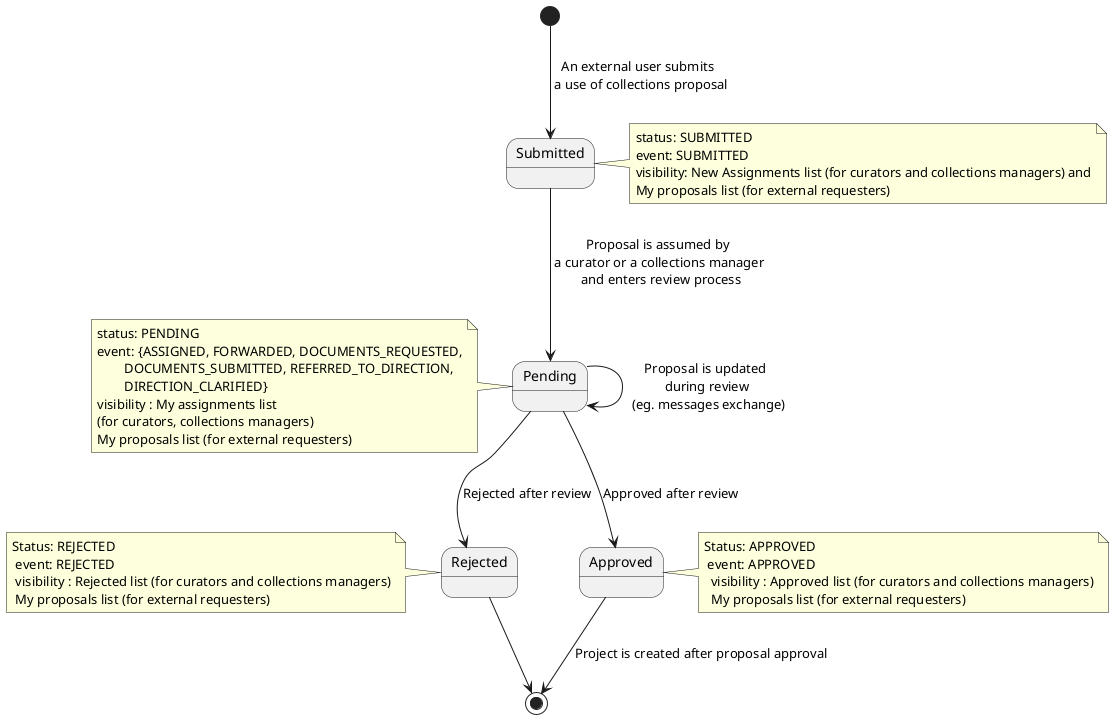
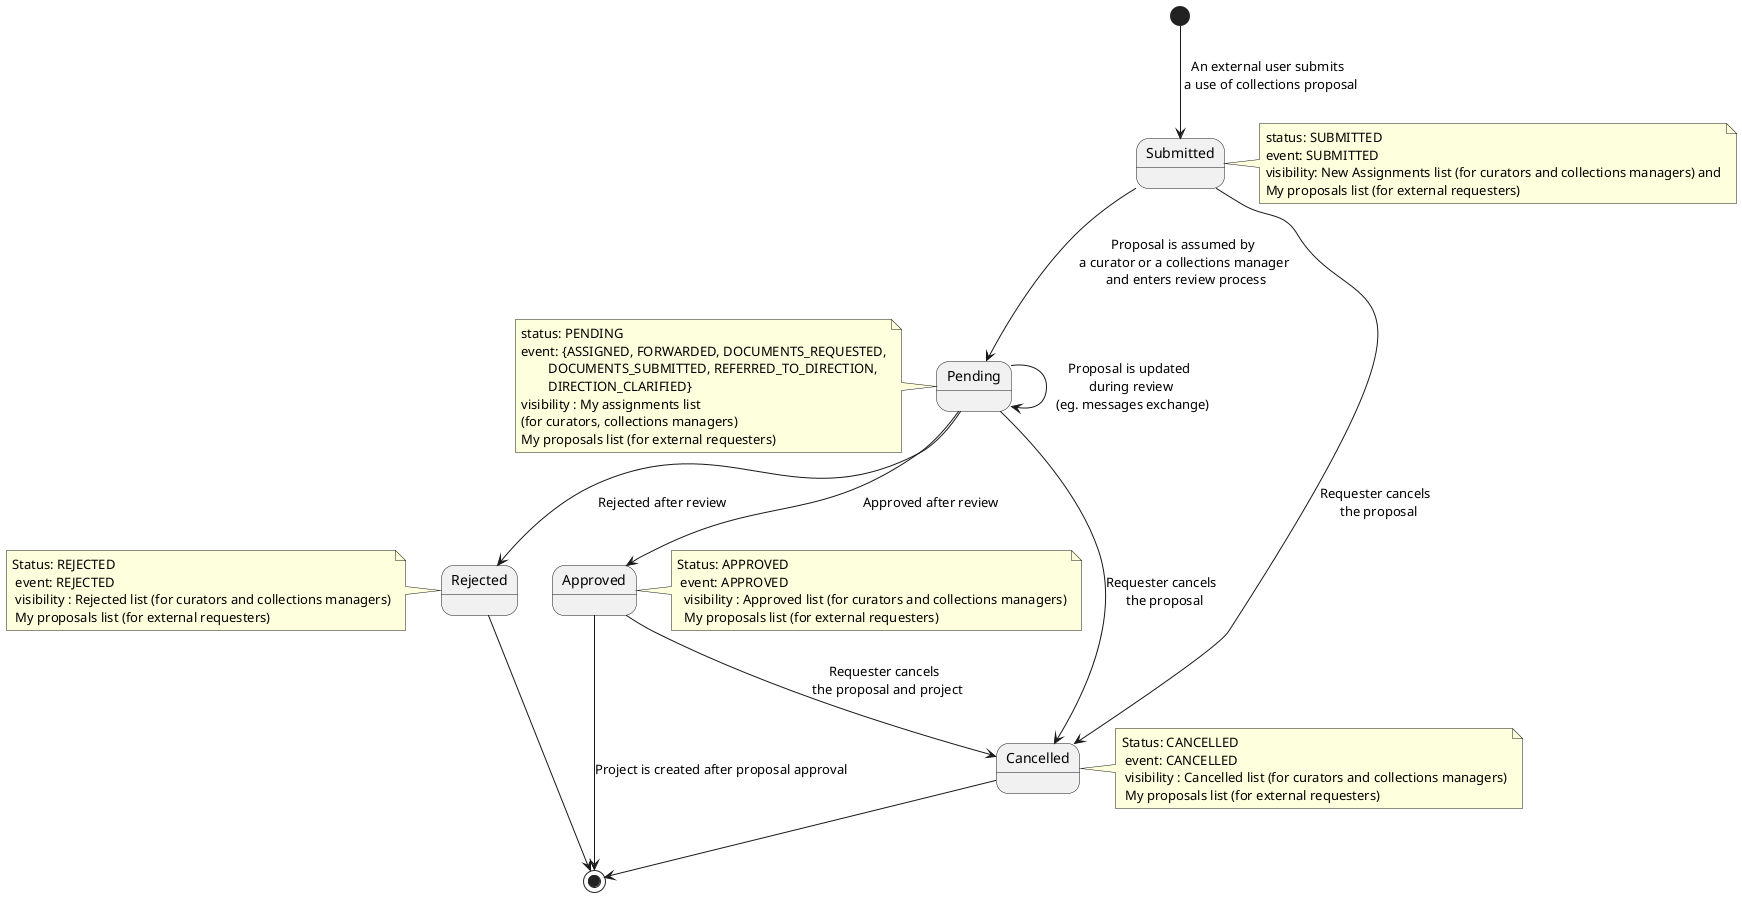
@startuml

  [*] --> Submitted : An external user submits \n a use of collections proposal
  note right of Submitted
    status: SUBMITTED
    event: SUBMITTED
    visibility: New Assignments list (for curators and collections managers) and
    My proposals list (for external requesters)
  end note

  Submitted --> Pending : Proposal is assumed by \n a curator or a collections manager \n and enters review process
  note left of Pending
      status: PENDING
      event: {ASSIGNED, FORWARDED, DOCUMENTS_REQUESTED,
              DOCUMENTS_SUBMITTED, REFERRED_TO_DIRECTION,
              DIRECTION_CLARIFIED}
      visibility : My assignments list
      (for curators, collections managers)
      My proposals list (for external requesters)
   end note

  Pending --> Pending : Proposal is updated \n during review \n (eg. messages exchange)
+   Submitted --> Cancelled : Requester cancels \n the proposal
+   Pending --> Cancelled : Requester cancels \n the proposal
+   Approved --> Cancelled : Requester cancels \n the proposal and project
+   note right of Cancelled
+       Status: CANCELLED
+        event: CANCELLED
+        visibility : Cancelled list (for curators and collections managers)
+        My proposals list (for external requesters)
+     end note
  Pending --> Rejected : Rejected after review
  note left of Rejected
      Status: REJECTED
       event: REJECTED
       visibility : Rejected list (for curators and collections managers)
       My proposals list (for external requesters)
    end note

  Pending --> Approved : Approved after review
   note right of Approved
      Status: APPROVED
       event: APPROVED
        visibility : Approved list (for curators and collections managers)
        My proposals list (for external requesters)
    end note
  Approved --> [*] : Project is created after proposal approval
  Rejected --> [*]
+   Cancelled --> [*]

@enduml
